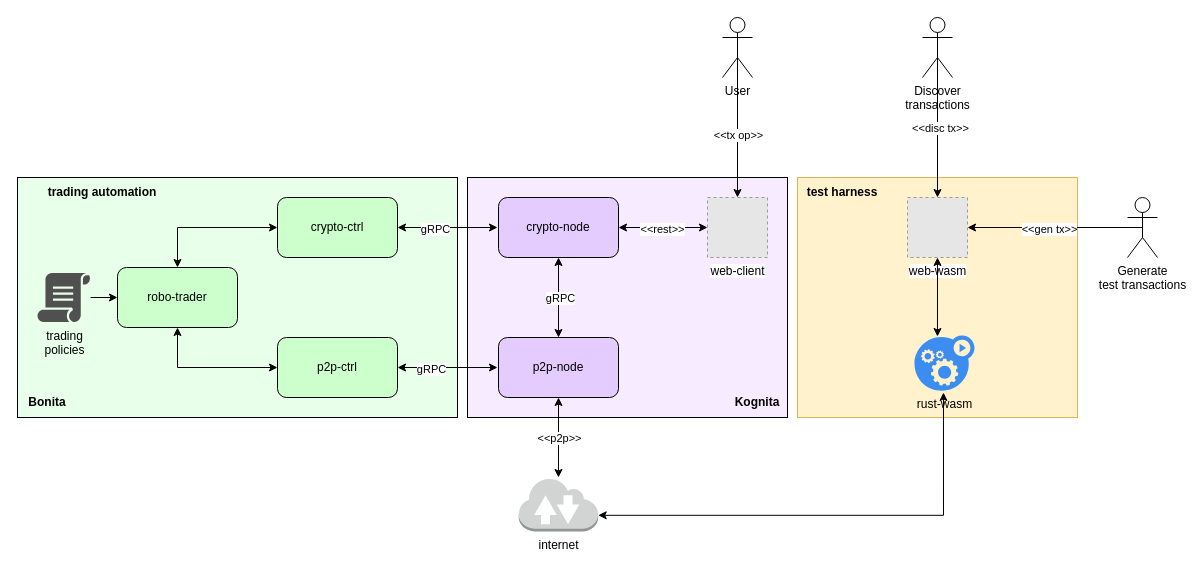
quaisx/kognita keeps this draw.io diagram as page "Architecture" (1 of 2) of design/kognita-arch-v0.1.drawio. Above is the earlier version. Source tidied: cells renumbered, new cells numbered last; positions are measured from the earlier drawing's top-left corner, leaving out a move shared by most shapes. Both pictures are drawn from the tidied source at 100%, with x=0, y=0 at pixel (17, 17). Pictures stored in the file or linked from it are replaced by grey dashed boxes.
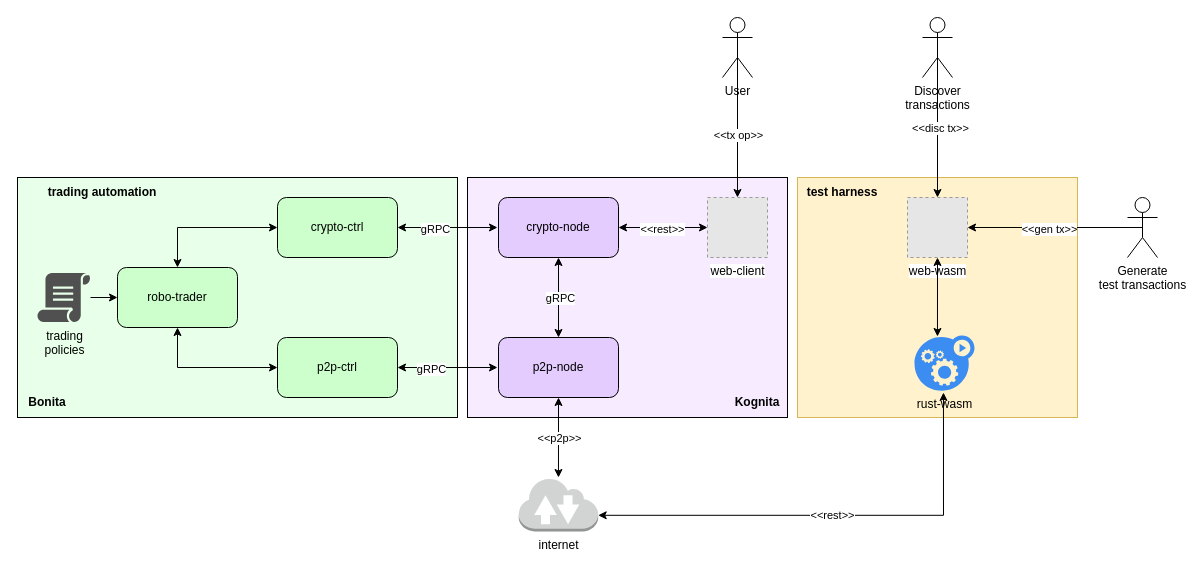
The same page after the edit.

The change refers to these unchanged cells:
```xml
<mxCell id="7" value="internet" style="outlineConnect=0;dashed=0;verticalLabelPosition=bottom;verticalAlign=top;align=center;html=1;shape=mxgraph.aws3.internet_2;fillColor=#D2D3D3;gradientColor=none;" parent="1" vertex="1">
  <mxGeometry x="501.2" y="460" width="79.5" height="54" as="geometry" />
</mxCell>
<mxCell id="30" value="rust-wasm" style="sketch=0;html=1;strokeColor=none;shadow=0;fillColor=#3B8DF1;verticalAlign=top;labelPosition=center;verticalLabelPosition=bottom;shape=mxgraph.gcp2.gear_load;" parent="1" vertex="1">
  <mxGeometry x="897" y="318" width="60" height="55.2" as="geometry" />
</mxCell>
```

Diff of the diagram source:
```diff
@@
-    <mxCell id="36" style="endArrow=classic;startArrow=classic;html=1;rounded=0;entryX=0.483;entryY=1.033;entryDx=0;entryDy=0;entryPerimeter=0;exitX=1;exitY=0.7;exitDx=0;exitDy=0;exitPerimeter=0;edgeStyle=orthogonalEdgeStyle;" parent="1" edge="1" source="7" target="30">
+    <mxCell id="36" value="&amp;lt;&amp;lt;rest&amp;gt;&amp;gt;" style="endArrow=classic;startArrow=classic;html=1;rounded=0;entryX=0.483;entryY=1.033;entryDx=0;entryDy=0;entryPerimeter=0;exitX=1;exitY=0.7;exitDx=0;exitDy=0;exitPerimeter=0;edgeStyle=orthogonalEdgeStyle;" parent="1" edge="1" source="7" target="30">
       <mxGeometry relative="1" as="geometry" />
     </mxCell>
```
